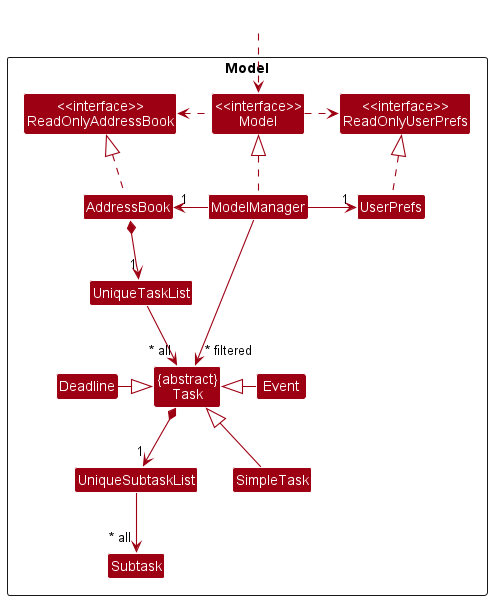
The PlantUML diagram docs/images/ModelClassDiagram.png in nus-cs2103-AY2223S2/tp, before a commit.
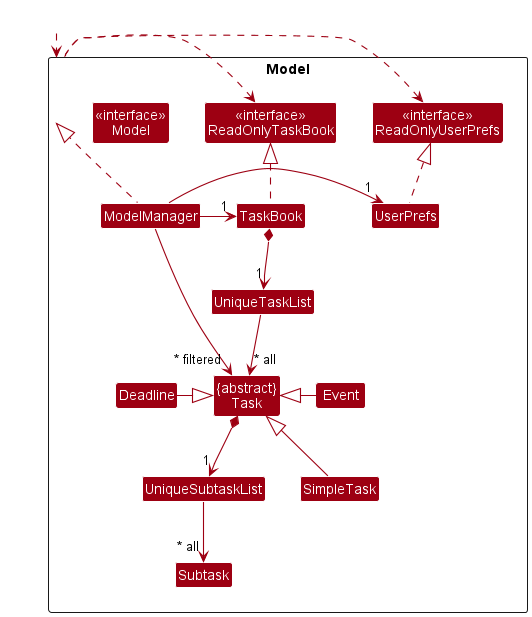
The same file after the commit.

What changed in the source:
```diff
@@ -5,11 +5,11 @@
 skinparam classBackgroundColor MODEL_COLOR
 
 Package Model <<Rectangle>>{
-Class "<<interface>>\nReadOnlyAddressBook" as ReadOnlyAddressBook
+Class "<<interface>>\nReadOnlyTaskBook" as ReadOnlyTaskBook
 Class "<<interface>>\nReadOnlyUserPrefs" as ReadOnlyUserPrefs
 Class "<<interface>>\nModel" as Model
 Class "{abstract}\nTask" as Task
-Class AddressBook
+Class TaskBook
 Class ModelManager
 Class UserPrefs
 
@@ -25,16 +25,16 @@
 Class HiddenOutside #FFFFFF
 HiddenOutside ..> Model
 
-AddressBook .up.|> ReadOnlyAddressBook
+TaskBook .up.|> ReadOnlyTaskBook
 
 ModelManager .up.|> Model
 Model .right.> ReadOnlyUserPrefs
-Model .left.> ReadOnlyAddressBook
-ModelManager -left-> "1" AddressBook
+Model .left.> ReadOnlyTaskBook
+ModelManager -left-> "1" TaskBook
 ModelManager -right-> "1" UserPrefs
 UserPrefs .up.|> ReadOnlyUserPrefs
 
-AddressBook *--> "1" UniqueTaskList
+TaskBook *--> "1" UniqueTaskList
 UniqueTaskList --> "~* all" Task
 Task *--> "1" UniqueSubtaskList
 
@@ -47,5 +47,6 @@
 
 UniqueSubtaskList --> "~* all" Subtask
 
+
 ModelManager -->"~* filtered" Task
 @enduml
```
